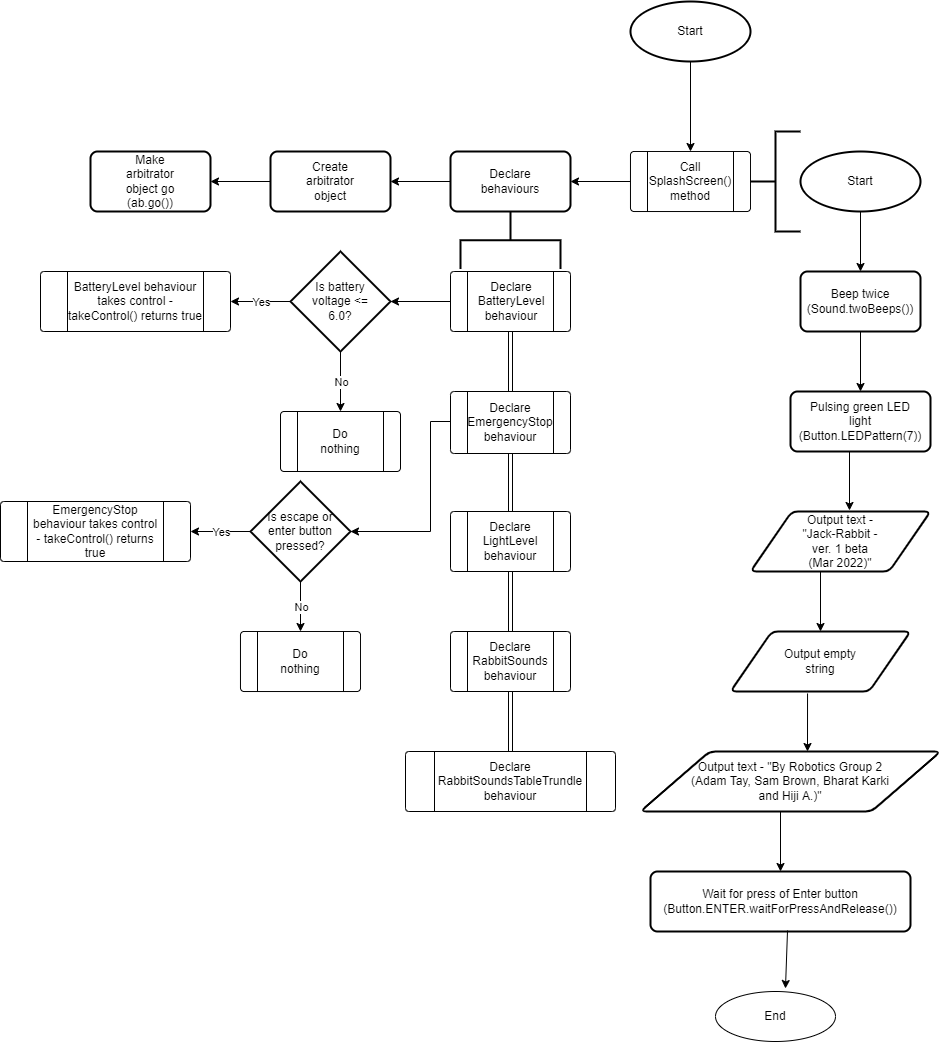
Above: Final submission/ControlFlow.png in XLmT09/Bunny-Robot (draw.io), before the change. Source tidied: cells renumbered, new cells last; positions are measured from the earlier drawing's top-left corner, leaving out a move shared by most shapes.
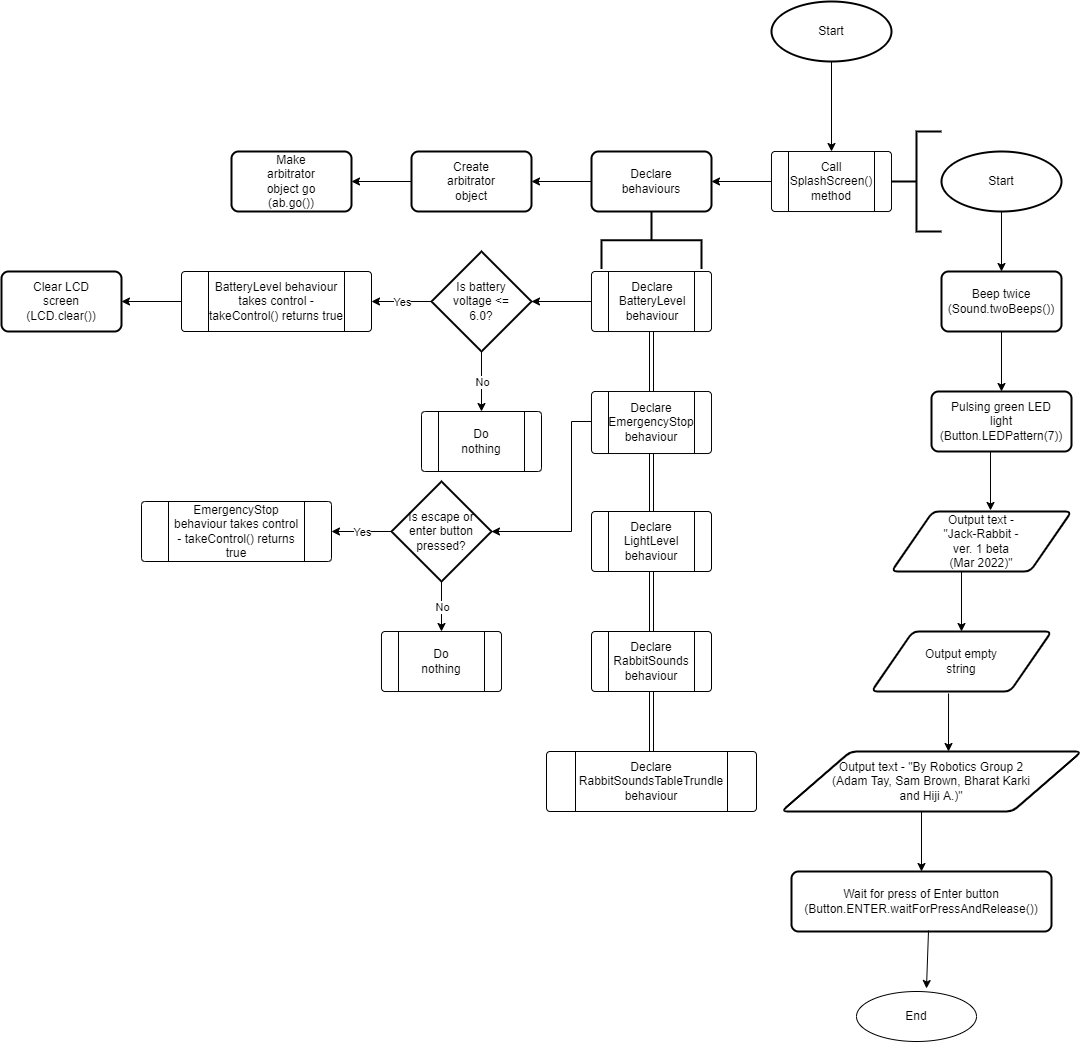
The same diagram one commit later.

The edit, as a diff of the source:
```diff
@@ -202,7 +202,7 @@
       <mxGeometry relative="1" as="geometry" />
     </mxCell>
     <mxCell id="65" style="group;" parent="1" vertex="1">
-      <mxGeometry x="90" y="150" width="120" height="60" as="geometry" />
+      <mxGeometry x="90" y="150" width="120" height="100" as="geometry" />
     </mxCell>
     <mxCell id="66" style="rounded=1;whiteSpace=wrap;html=1;absoluteArcSize=1;arcSize=14;strokeWidth=2;hachureGap=4;" parent="65" vertex="1">
       <mxGeometry width="120" height="60" as="geometry" />
@@ -322,5 +322,17 @@
     <mxCell id="100" value="Do nothing" style="text;strokeColor=none;fillColor=none;html=1;align=center;verticalAlign=middle;whiteSpace=wrap;rounded=0;hachureGap=4;" parent="98" vertex="1">
       <mxGeometry x="30" y="15" width="60" height="30" as="geometry" />
     </mxCell>
+    <mxCell id="101" style="group;" parent="1" vertex="1">
+      <mxGeometry x="-140" y="270" width="120" height="60" as="geometry" />
+    </mxCell>
+    <mxCell id="102" style="rounded=1;whiteSpace=wrap;html=1;absoluteArcSize=1;arcSize=14;strokeWidth=2;hachureGap=4;" parent="101" vertex="1">
+      <mxGeometry width="120" height="60" as="geometry" />
+    </mxCell>
+    <mxCell id="103" value="Clear LCD screen (LCD.clear())" style="text;strokeColor=none;fillColor=none;html=1;align=center;verticalAlign=middle;whiteSpace=wrap;rounded=0;hachureGap=4;" parent="101" vertex="1">
+      <mxGeometry x="30" y="15" width="60" height="30" as="geometry" />
+    </mxCell>
+    <mxCell id="104" style="endArrow=classic;html=1;rounded=0;sourcePerimeterSpacing=8;targetPerimeterSpacing=8;entryX=1;entryY=0.5;entryDx=0;entryDy=0;exitX=0;exitY=0.5;exitDx=0;exitDy=0;" parent="1" edge="1" source="82" target="102">
+      <mxGeometry relative="1" as="geometry" />
+    </mxCell>
   </root>
 </mxGraphModel>
```
